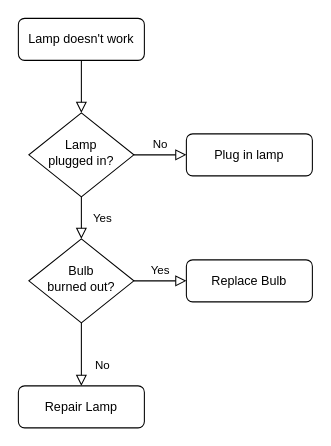
Before: Untitled Diagram.drawio in tjjose/tjjose, a draw.io diagram. Source tidied: cells renumbered, new cells numbered last; positions are measured from the earlier drawing's top-left corner, leaving out a move shared by most shapes. Both pictures are drawn from the tidied source at 105%, with x=0, y=0 at pixel (18, 18).
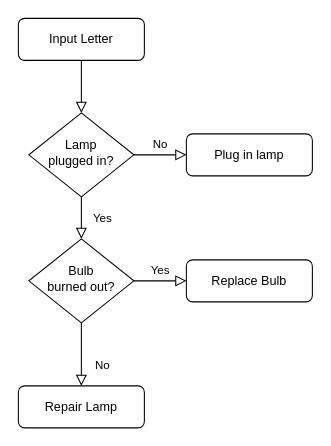
The same page after the edit.

Diff of the diagram source:
```diff
@@
 <mxGraphModel>
   <root>
     <mxCell id="0" />
     <mxCell id="1" parent="0" />
     <mxCell id="2" style="rounded=0;html=1;jettySize=auto;fontSize=11;endArrow=block;endFill=0;endSize=8;strokeWidth=1;shadow=0;labelBackgroundColor=none;edgeStyle=orthogonalEdgeStyle;" parent="1" edge="1" source="3" target="6">
       <mxGeometry relative="1" as="geometry" />
     </mxCell>
-    <mxCell id="3" value="Lamp doesn't work" style="rounded=1;whiteSpace=wrap;html=1;fontSize=12;glass=0;strokeWidth=1;shadow=0;" parent="1" vertex="1">
+    <mxCell id="3" value="Input Letter" style="rounded=1;whiteSpace=wrap;html=1;fontSize=12;glass=0;strokeWidth=1;shadow=0;" parent="1" vertex="1">
       <mxGeometry width="120" height="40" as="geometry" />
     </mxCell>
     <mxCell id="4" value="Yes" style="rounded=0;html=1;jettySize=auto;fontSize=11;endArrow=block;endFill=0;endSize=8;strokeWidth=1;shadow=0;labelBackgroundColor=none;edgeStyle=orthogonalEdgeStyle;" parent="1" edge="1" source="6" target="10">
       <mxGeometry y="20" relative="1" as="geometry" />
     </mxCell>
     <mxCell id="5" value="No" style="edgeStyle=orthogonalEdgeStyle;rounded=0;html=1;jettySize=auto;fontSize=11;endArrow=block;endFill=0;endSize=8;strokeWidth=1;shadow=0;labelBackgroundColor=none;" parent="1" edge="1" source="6" target="7">
       <mxGeometry y="10" relative="1" as="geometry" />
     </mxCell>
     <mxCell id="6" value="Lamp&lt;br&gt;plugged in?" style="rhombus;whiteSpace=wrap;html=1;shadow=0;fontFamily=Helvetica;fontSize=12;align=center;strokeWidth=1;spacing=6;spacingTop=-4;" parent="1" vertex="1">
       <mxGeometry x="10" y="90" width="100" height="80" as="geometry" />
     </mxCell>
     <mxCell id="7" value="Plug in lamp" style="rounded=1;whiteSpace=wrap;html=1;fontSize=12;glass=0;strokeWidth=1;shadow=0;" parent="1" vertex="1">
       <mxGeometry x="160" y="110" width="120" height="40" as="geometry" />
     </mxCell>
     <mxCell id="8" value="No" style="rounded=0;html=1;jettySize=auto;fontSize=11;endArrow=block;endFill=0;endSize=8;strokeWidth=1;shadow=0;labelBackgroundColor=none;edgeStyle=orthogonalEdgeStyle;" parent="1" edge="1" source="10" target="11">
       <mxGeometry x="0.33" y="20" relative="1" as="geometry" />
     </mxCell>
     <mxCell id="9" value="Yes" style="edgeStyle=orthogonalEdgeStyle;rounded=0;html=1;jettySize=auto;fontSize=11;endArrow=block;endFill=0;endSize=8;strokeWidth=1;shadow=0;labelBackgroundColor=none;" parent="1" edge="1" source="10" target="12">
       <mxGeometry y="10" relative="1" as="geometry" />
     </mxCell>
     <mxCell id="10" value="Bulb&lt;br&gt;burned out?" style="rhombus;whiteSpace=wrap;html=1;shadow=0;fontFamily=Helvetica;fontSize=12;align=center;strokeWidth=1;spacing=6;spacingTop=-4;" parent="1" vertex="1">
       <mxGeometry x="10" y="210" width="100" height="80" as="geometry" />
     </mxCell>
     <mxCell id="11" value="Repair Lamp" style="rounded=1;whiteSpace=wrap;html=1;fontSize=12;glass=0;strokeWidth=1;shadow=0;" parent="1" vertex="1">
       <mxGeometry y="350" width="120" height="40" as="geometry" />
     </mxCell>
     <mxCell id="12" value="Replace Bulb" style="rounded=1;whiteSpace=wrap;html=1;fontSize=12;glass=0;strokeWidth=1;shadow=0;" parent="1" vertex="1">
       <mxGeometry x="160" y="230" width="120" height="40" as="geometry" />
     </mxCell>
   </root>
 </mxGraphModel>
```
